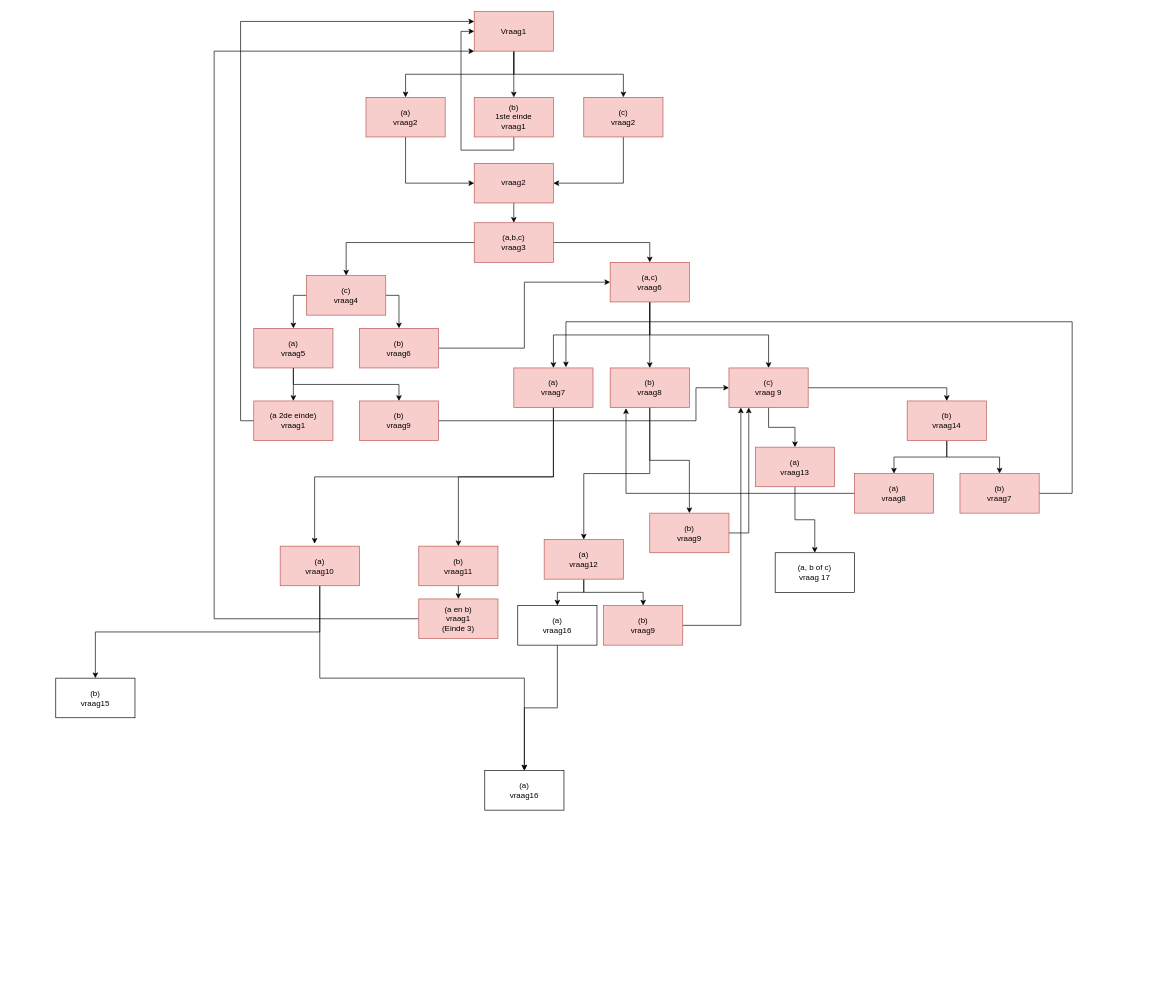
This is SchemaEindopdrachtBO.drawio from MikeHuijgen/HelloYouBeroepsopdracht, a draw.io file, before an edit. Source tidied: cells renumbered, new cells numbered last; positions are measured from the earlier drawing's top-left corner, leaving out a move shared by most shapes. Both pictures are drawn from the tidied source at 66%, with x=0, y=0 at pixel (55, 11).
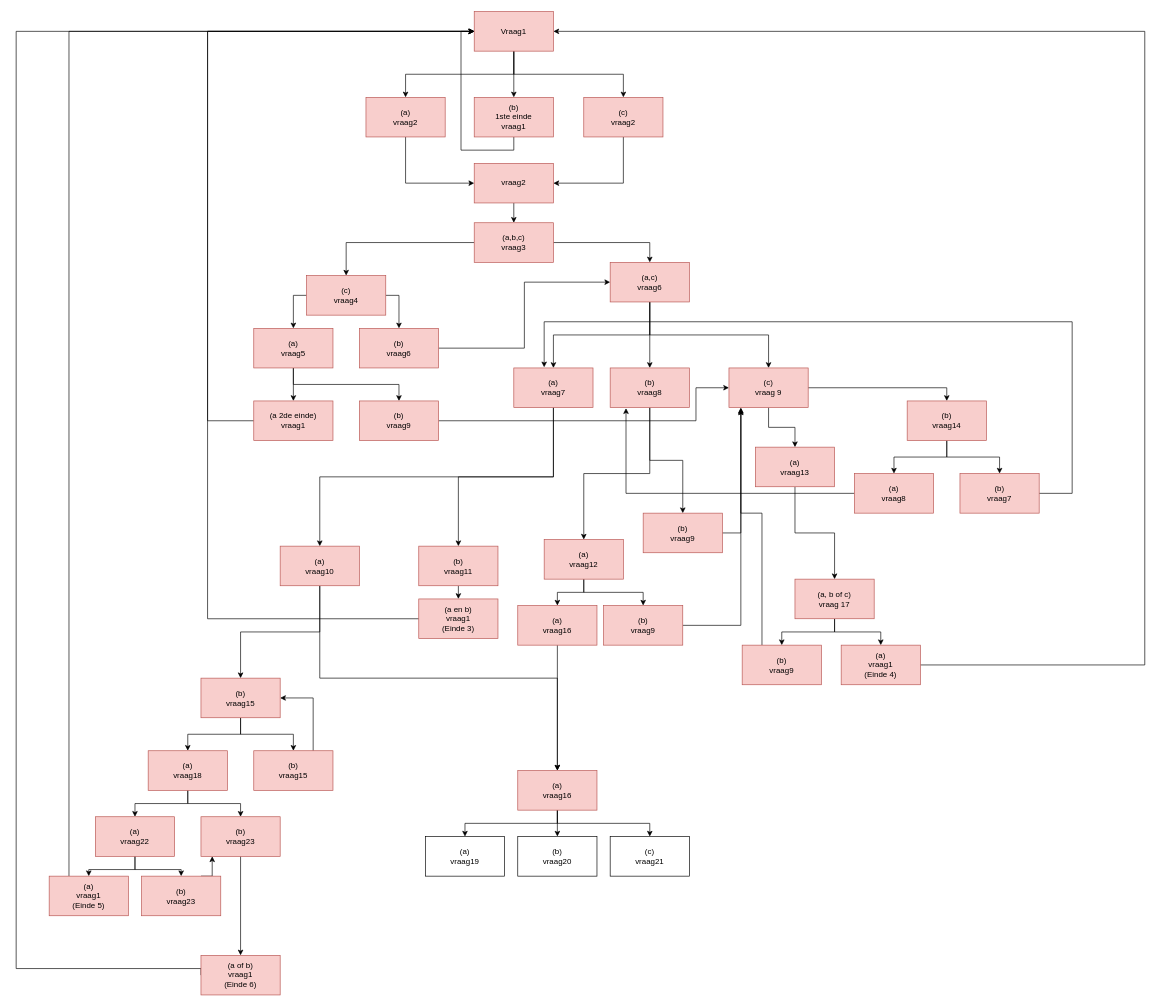
After the change.

Commit message (it also covers changes not shown here):
Vraag 15 tm/ vraag 18 gemaakt vraag 19 t/m 21 functie gemaakt vraag 22 t/m vraag 23 gemaakt en schema aangepast

Unchanged cells that the change refers to:
```xml
<mxCell id="5" value="Vraag1" style="rounded=0;whiteSpace=wrap;html=1;fontFamily=Helvetica;fontStyle=0;fillColor=#f8cecc;strokeColor=#b85450;" parent="1" vertex="1">
  <mxGeometry x="634" width="120" height="60" as="geometry" />
</mxCell>
<mxCell id="28" value="(a 2de einde)&lt;br&gt;vraag1" style="rounded=0;whiteSpace=wrap;html=1;fillColor=#f8cecc;strokeColor=#b85450;" parent="1" vertex="1">
  <mxGeometry x="300" y="590" width="120" height="60" as="geometry" />
</mxCell>
<mxCell id="35" value="(c)&lt;br&gt;vraag 9" style="rounded=0;whiteSpace=wrap;html=1;fillColor=#f8cecc;strokeColor=#b85450;" parent="1" vertex="1">
  <mxGeometry x="1020" y="540" width="120" height="60" as="geometry" />
</mxCell>
<mxCell id="41" value="(a)&lt;br&gt;vraag7" style="rounded=0;whiteSpace=wrap;html=1;fillColor=#f8cecc;strokeColor=#b85450;" parent="1" vertex="1">
  <mxGeometry x="694" y="540" width="120" height="60" as="geometry" />
</mxCell>
<mxCell id="49" value="(a)&lt;br&gt;vraag10" style="rounded=0;whiteSpace=wrap;html=1;fillColor=#f8cecc;strokeColor=#b85450;" parent="1" vertex="1">
  <mxGeometry x="340" y="810" width="120" height="60" as="geometry" />
</mxCell>
<mxCell id="60" value="(a en b)&lt;br&gt;vraag1&lt;br&gt;(Einde 3)" style="rounded=0;whiteSpace=wrap;html=1;fillColor=#f8cecc;strokeColor=#b85450;" parent="1" vertex="1">
  <mxGeometry x="550" y="890" width="120" height="60" as="geometry" />
</mxCell>
<mxCell id="69" value="(b)&lt;br&gt;vraag7" style="rounded=0;whiteSpace=wrap;html=1;fillColor=#f8cecc;strokeColor=#b85450;" parent="1" vertex="1">
  <mxGeometry x="1370" y="700" width="120" height="60" as="geometry" />
</mxCell>
```

Diff of the diagram source:
```diff
@@
-    <mxCell id="27" style="edgeStyle=orthogonalEdgeStyle;rounded=0;jettySize=auto;html=1;exitX=0;exitY=0.5;exitDx=0;exitDy=0;entryX=0;entryY=0.25;entryDx=0;entryDy=0;" parent="1" edge="1" source="28" target="5">
-      <mxGeometry relative="1" as="geometry" />
+    <mxCell id="27" style="edgeStyle=orthogonalEdgeStyle;rounded=0;jettySize=auto;html=1;exitX=0;exitY=0.5;exitDx=0;exitDy=0;entryX=0;entryY=0.5;entryDx=0;entryDy=0;" parent="1" edge="1" source="28" target="5">
+      <mxGeometry relative="1" as="geometry">
+        <Array as="points">
+          <mxPoint x="230" y="620" />
+          <mxPoint x="230" y="30" />
+        </Array>
+      </mxGeometry>
     </mxCell>
@@
-    <mxCell id="40" style="edgeStyle=orthogonalEdgeStyle;rounded=0;jettySize=auto;html=1;exitX=0.5;exitY=1;exitDx=0;exitDy=0;entryX=0.435;entryY=-0.063;entryDx=0;entryDy=0;entryPerimeter=0;" parent="1" edge="1" source="41" target="49">
+    <mxCell id="40" style="edgeStyle=orthogonalEdgeStyle;rounded=0;jettySize=auto;html=1;exitX=0.5;exitY=1;exitDx=0;exitDy=0;entryX=0.5;entryY=0;entryDx=0;entryDy=0;" parent="1" edge="1" source="41" target="49">
       <mxGeometry relative="1" as="geometry" />
     </mxCell>
@@
-    <mxCell id="42" style="edgeStyle=orthogonalEdgeStyle;rounded=0;jettySize=auto;html=1;exitX=1;exitY=0.5;exitDx=0;exitDy=0;entryX=0.25;entryY=1;entryDx=0;entryDy=0;" parent="1" edge="1" source="43" target="35">
+    <mxCell id="42" style="edgeStyle=orthogonalEdgeStyle;rounded=0;jettySize=auto;html=1;exitX=1;exitY=0.5;exitDx=0;exitDy=0;entryX=0.15;entryY=1.05;entryDx=0;entryDy=0;entryPerimeter=0;" parent="1" edge="1" source="43" target="35">
       <mxGeometry relative="1" as="geometry" />
     </mxCell>
     <mxCell id="43" value="(b)&lt;br&gt;vraag9" style="rounded=0;whiteSpace=wrap;html=1;fillColor=#f8cecc;strokeColor=#b85450;" parent="1" vertex="1">
-      <mxGeometry x="900" y="760" width="120" height="60" as="geometry" />
+      <mxGeometry x="890" y="760" width="120" height="60" as="geometry" />
     </mxCell>
@@
+    <mxCell id="70" style="edgeStyle=orthogonalEdgeStyle;rounded=0;jettySize=auto;html=1;exitX=0.5;exitY=1;exitDx=0;exitDy=0;entryX=0.5;entryY=0;entryDx=0;entryDy=0;" parent="1" edge="1" source="57" target="79">
+      <mxGeometry relative="1" as="geometry" />
+    </mxCell>
+    <mxCell id="71" style="edgeStyle=orthogonalEdgeStyle;rounded=0;jettySize=auto;html=1;exitX=0.5;exitY=1;exitDx=0;exitDy=0;entryX=0.5;entryY=0;entryDx=0;entryDy=0;" parent="1" edge="1" source="57" target="81">
+      <mxGeometry relative="1" as="geometry" />
+    </mxCell>
-    <mxCell id="57" value="(b)&lt;br&gt;vraag15" style="rounded=0;whiteSpace=wrap;html=1;" parent="1" vertex="1">
-      <mxGeometry y="1010" width="120" height="60" as="geometry" />
+    <mxCell id="57" value="(b)&lt;br&gt;vraag15" style="rounded=0;whiteSpace=wrap;html=1;fillColor=#f8cecc;strokeColor=#b85450;" parent="1" vertex="1">
+      <mxGeometry x="220" y="1010" width="120" height="60" as="geometry" />
     </mxCell>
+    <mxCell id="72" style="edgeStyle=orthogonalEdgeStyle;rounded=0;jettySize=auto;html=1;exitX=0.5;exitY=1;exitDx=0;exitDy=0;entryX=0.5;entryY=0;entryDx=0;entryDy=0;" parent="1" edge="1" source="58" target="82">
+      <mxGeometry relative="1" as="geometry" />
+    </mxCell>
+    <mxCell id="73" style="edgeStyle=orthogonalEdgeStyle;rounded=0;jettySize=auto;html=1;exitX=0.5;exitY=1;exitDx=0;exitDy=0;entryX=0.5;entryY=0;entryDx=0;entryDy=0;" parent="1" edge="1" source="58" target="83">
+      <mxGeometry relative="1" as="geometry" />
+    </mxCell>
+    <mxCell id="74" style="edgeStyle=orthogonalEdgeStyle;rounded=0;jettySize=auto;html=1;exitX=0.5;exitY=1;exitDx=0;exitDy=0;" parent="1" edge="1" source="58" target="84">
+      <mxGeometry relative="1" as="geometry" />
+    </mxCell>
-    <mxCell id="58" value="(a)&lt;br&gt;vraag16" style="rounded=0;whiteSpace=wrap;html=1;" parent="1" vertex="1">
-      <mxGeometry x="650" y="1150" width="120" height="60" as="geometry" />
+    <mxCell id="58" value="(a)&lt;br&gt;vraag16" style="rounded=0;whiteSpace=wrap;html=1;fillColor=#f8cecc;strokeColor=#b85450;" parent="1" vertex="1">
+      <mxGeometry x="700" y="1150" width="120" height="60" as="geometry" />
     </mxCell>
-    <mxCell id="59" style="edgeStyle=orthogonalEdgeStyle;rounded=0;jettySize=auto;html=1;exitX=0;exitY=0.5;exitDx=0;exitDy=0;entryX=0;entryY=1;entryDx=0;entryDy=0;" parent="1" edge="1" source="60" target="5">
+    <mxCell id="59" style="edgeStyle=orthogonalEdgeStyle;rounded=0;jettySize=auto;html=1;exitX=0;exitY=0.5;exitDx=0;exitDy=0;entryX=0;entryY=0.5;entryDx=0;entryDy=0;" parent="1" edge="1" source="60" target="5">
       <mxGeometry relative="1" as="geometry">
         <Array as="points">
-          <mxPoint x="240" y="920" />
-          <mxPoint x="240" y="60" />
+          <mxPoint x="230" y="920" />
+          <mxPoint x="230" y="30" />
         </Array>
       </mxGeometry>
     </mxCell>
@@
-    <mxCell id="62" value="(a)&lt;br&gt;vraag16" style="rounded=0;whiteSpace=wrap;html=1;" parent="1" vertex="1">
+    <mxCell id="62" value="(a)&lt;br&gt;vraag16" style="rounded=0;whiteSpace=wrap;html=1;fillColor=#f8cecc;strokeColor=#b85450;" parent="1" vertex="1">
       <mxGeometry x="700" y="900" width="120" height="60" as="geometry" />
     </mxCell>
@@
+    <mxCell id="75" style="edgeStyle=orthogonalEdgeStyle;rounded=0;jettySize=auto;html=1;exitX=0.5;exitY=1;exitDx=0;exitDy=0;entryX=0.5;entryY=0;entryDx=0;entryDy=0;" parent="1" edge="1" source="65" target="88">
+      <mxGeometry relative="1" as="geometry" />
+    </mxCell>
+    <mxCell id="76" style="edgeStyle=orthogonalEdgeStyle;rounded=0;jettySize=auto;html=1;exitX=0.5;exitY=1;exitDx=0;exitDy=0;entryX=0.5;entryY=0;entryDx=0;entryDy=0;" parent="1" edge="1" source="65" target="86">
+      <mxGeometry relative="1" as="geometry" />
+    </mxCell>
-    <mxCell id="65" value="(a, b of c)&lt;br&gt;vraag 17" style="rounded=0;whiteSpace=wrap;html=1;" parent="1" vertex="1">
-      <mxGeometry x="1090" y="820" width="120" height="60" as="geometry" />
+    <mxCell id="65" value="(a, b of c)&lt;br&gt;vraag 17" style="rounded=0;whiteSpace=wrap;html=1;fillColor=#f8cecc;strokeColor=#b85450;" parent="1" vertex="1">
+      <mxGeometry x="1120" y="860" width="120" height="60" as="geometry" />
     </mxCell>
@@
-    <mxCell id="68" style="edgeStyle=orthogonalEdgeStyle;rounded=0;jettySize=auto;html=1;exitX=1;exitY=0.5;exitDx=0;exitDy=0;entryX=0.658;entryY=-0.017;entryDx=0;entryDy=0;entryPerimeter=0;" parent="1" edge="1" source="69" target="41">
+    <mxCell id="68" style="edgeStyle=orthogonalEdgeStyle;rounded=0;jettySize=auto;html=1;exitX=1;exitY=0.5;exitDx=0;exitDy=0;" parent="1" edge="1" source="69">
       <mxGeometry relative="1" as="geometry">
+        <mxPoint x="740" y="539" as="targetPoint" />
         <Array as="points">
           <mxPoint x="1540" y="730" />
           <mxPoint x="1540" y="470" />
-          <mxPoint x="773" y="470" />
+          <mxPoint x="740" y="470" />
+          <mxPoint x="740" y="539" />
         </Array>
       </mxGeometry>
     </mxCell>
@@
+    <mxCell id="77" style="edgeStyle=orthogonalEdgeStyle;rounded=0;jettySize=auto;html=1;exitX=0.5;exitY=1;exitDx=0;exitDy=0;entryX=0.5;entryY=0;entryDx=0;entryDy=0;" parent="1" edge="1" source="79" target="90">
+      <mxGeometry relative="1" as="geometry" />
+    </mxCell>
+    <mxCell id="78" style="edgeStyle=orthogonalEdgeStyle;rounded=0;jettySize=auto;html=1;exitX=0.5;exitY=1;exitDx=0;exitDy=0;entryX=0.5;entryY=0;entryDx=0;entryDy=0;" parent="1" edge="1" source="79" target="93">
+      <mxGeometry relative="1" as="geometry" />
+    </mxCell>
+    <mxCell id="79" value="(a)&lt;br&gt;vraag18" style="rounded=0;whiteSpace=wrap;html=1;fillColor=#f8cecc;strokeColor=#b85450;" parent="1" vertex="1">
+      <mxGeometry x="140" y="1120" width="120" height="60" as="geometry" />
+    </mxCell>
+    <mxCell id="80" style="edgeStyle=orthogonalEdgeStyle;rounded=0;jettySize=auto;html=1;exitX=0.75;exitY=0;exitDx=0;exitDy=0;entryX=1;entryY=0.5;entryDx=0;entryDy=0;" parent="1" edge="1" source="81" target="57">
+      <mxGeometry relative="1" as="geometry" />
+    </mxCell>
+    <mxCell id="81" value="(b)&lt;br&gt;vraag15" style="rounded=0;whiteSpace=wrap;html=1;fillColor=#f8cecc;strokeColor=#b85450;" parent="1" vertex="1">
+      <mxGeometry x="300" y="1120" width="120" height="60" as="geometry" />
+    </mxCell>
+    <mxCell id="82" value="(a)&lt;br&gt;vraag19" style="rounded=0;whiteSpace=wrap;html=1;" parent="1" vertex="1">
+      <mxGeometry x="560" y="1250" width="120" height="60" as="geometry" />
+    </mxCell>
+    <mxCell id="83" value="(b)&lt;br&gt;vraag20" style="rounded=0;whiteSpace=wrap;html=1;" parent="1" vertex="1">
+      <mxGeometry x="700" y="1250" width="120" height="60" as="geometry" />
+    </mxCell>
+    <mxCell id="84" value="(c)&lt;br&gt;vraag21" style="rounded=0;whiteSpace=wrap;html=1;" parent="1" vertex="1">
+      <mxGeometry x="840" y="1250" width="120" height="60" as="geometry" />
+    </mxCell>
+    <mxCell id="85" style="edgeStyle=orthogonalEdgeStyle;rounded=0;jettySize=auto;html=1;exitX=0.25;exitY=0;exitDx=0;exitDy=0;entryX=0.15;entryY=1.017;entryDx=0;entryDy=0;entryPerimeter=0;" parent="1" edge="1" source="86" target="35">
+      <mxGeometry relative="1" as="geometry">
+        <Array as="points">
+          <mxPoint x="1070" y="760" />
+          <mxPoint x="1038" y="760" />
+        </Array>
+      </mxGeometry>
+    </mxCell>
+    <mxCell id="86" value="(b)&lt;br&gt;vraag9" style="rounded=0;whiteSpace=wrap;html=1;fillColor=#f8cecc;strokeColor=#b85450;" parent="1" vertex="1">
+      <mxGeometry x="1040" y="960" width="120" height="60" as="geometry" />
+    </mxCell>
+    <mxCell id="87" style="edgeStyle=orthogonalEdgeStyle;rounded=0;jettySize=auto;html=1;exitX=1;exitY=0.5;exitDx=0;exitDy=0;entryX=1;entryY=0.5;entryDx=0;entryDy=0;" parent="1" edge="1" source="88" target="5">
+      <mxGeometry relative="1" as="geometry">
+        <Array as="points">
+          <mxPoint x="1650" y="990" />
+          <mxPoint x="1650" y="30" />
+        </Array>
+      </mxGeometry>
+    </mxCell>
+    <mxCell id="88" value="(a)&lt;br&gt;vraag1&lt;br&gt;(Einde 4)" style="rounded=0;whiteSpace=wrap;html=1;fillColor=#f8cecc;strokeColor=#b85450;" parent="1" vertex="1">
+      <mxGeometry x="1190" y="960" width="120" height="60" as="geometry" />
+    </mxCell>
+    <mxCell id="89" style="edgeStyle=orthogonalEdgeStyle;rounded=0;jettySize=auto;html=1;exitX=0.5;exitY=1;exitDx=0;exitDy=0;entryX=0.5;entryY=0;entryDx=0;entryDy=0;" parent="1" edge="1" source="90" target="99">
+      <mxGeometry relative="1" as="geometry" />
+    </mxCell>
+    <mxCell id="90" value="(b)&lt;br&gt;vraag23" style="rounded=0;whiteSpace=wrap;html=1;fillColor=#f8cecc;strokeColor=#b85450;" parent="1" vertex="1">
+      <mxGeometry x="220" y="1220" width="120" height="60" as="geometry" />
+    </mxCell>
+    <mxCell id="91" style="edgeStyle=orthogonalEdgeStyle;rounded=0;jettySize=auto;html=1;exitX=0.5;exitY=1;exitDx=0;exitDy=0;entryX=0.5;entryY=0;entryDx=0;entryDy=0;" parent="1" edge="1" source="93" target="97">
+      <mxGeometry relative="1" as="geometry" />
+    </mxCell>
+    <mxCell id="92" style="edgeStyle=orthogonalEdgeStyle;rounded=0;jettySize=auto;html=1;exitX=0.5;exitY=1;exitDx=0;exitDy=0;entryX=0.5;entryY=0;entryDx=0;entryDy=0;" parent="1" edge="1" source="93" target="95">
+      <mxGeometry relative="1" as="geometry" />
+    </mxCell>
+    <mxCell id="93" value="(a)&lt;br&gt;vraag22" style="rounded=0;whiteSpace=wrap;html=1;fillColor=#f8cecc;strokeColor=#b85450;" parent="1" vertex="1">
+      <mxGeometry x="60" y="1220" width="120" height="60" as="geometry" />
+    </mxCell>
+    <mxCell id="94" style="edgeStyle=orthogonalEdgeStyle;rounded=0;jettySize=auto;html=1;exitX=0.25;exitY=0;exitDx=0;exitDy=0;entryX=0;entryY=0.5;entryDx=0;entryDy=0;" parent="1" edge="1" source="95" target="5">
+      <mxGeometry relative="1" as="geometry">
+        <Array as="points">
+          <mxPoint x="20" y="30" />
+        </Array>
+      </mxGeometry>
+    </mxCell>
+    <mxCell id="95" value="(a)&lt;br&gt;vraag1&lt;br&gt;(Einde 5)" style="rounded=0;whiteSpace=wrap;html=1;fillColor=#f8cecc;strokeColor=#b85450;" parent="1" vertex="1">
+      <mxGeometry x="-10" y="1310" width="120" height="60" as="geometry" />
+    </mxCell>
+    <mxCell id="96" style="edgeStyle=orthogonalEdgeStyle;rounded=0;jettySize=auto;html=1;exitX=0.75;exitY=0;exitDx=0;exitDy=0;entryX=0.142;entryY=1;entryDx=0;entryDy=0;entryPerimeter=0;" parent="1" edge="1" source="97" target="90">
+      <mxGeometry relative="1" as="geometry" />
+    </mxCell>
+    <mxCell id="97" value="(b)&lt;br&gt;vraag23" style="rounded=0;whiteSpace=wrap;html=1;fillColor=#f8cecc;strokeColor=#b85450;" parent="1" vertex="1">
+      <mxGeometry x="130" y="1310" width="120" height="60" as="geometry" />
+    </mxCell>
+    <mxCell id="98" style="edgeStyle=orthogonalEdgeStyle;rounded=0;jettySize=auto;html=1;exitX=0;exitY=0.5;exitDx=0;exitDy=0;entryX=0;entryY=0.5;entryDx=0;entryDy=0;" parent="1" edge="1" source="99" target="5">
+      <mxGeometry relative="1" as="geometry">
+        <Array as="points">
+          <mxPoint x="-60" y="1450" />
+          <mxPoint x="-60" y="30" />
+        </Array>
+      </mxGeometry>
+    </mxCell>
+    <mxCell id="99" value="(a of b)&lt;br&gt;vraag1&lt;br&gt;(Einde 6)" style="rounded=0;whiteSpace=wrap;html=1;fillColor=#f8cecc;strokeColor=#b85450;" parent="1" vertex="1">
+      <mxGeometry x="220" y="1430" width="120" height="60" as="geometry" />
+    </mxCell>
```
